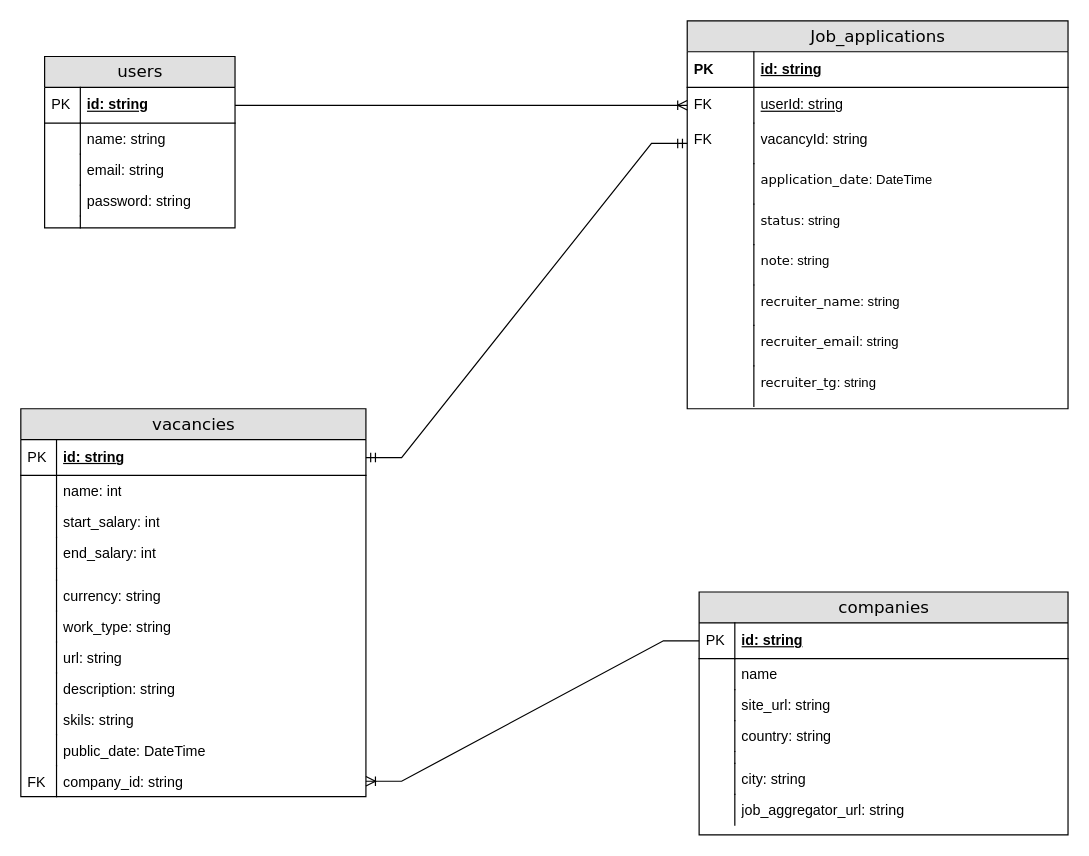
DmitrySychevDev/career-tracker keeps this draw.io diagram as architecture/ERD.drawio. Above is the earlier version. Source tidied: cells renumbered, new cells numbered last; positions are measured from the earlier drawing's top-left corner, leaving out a move shared by most shapes. Both pictures are drawn from the tidied source at 119%, with x=0, y=0 at pixel (20, 20).
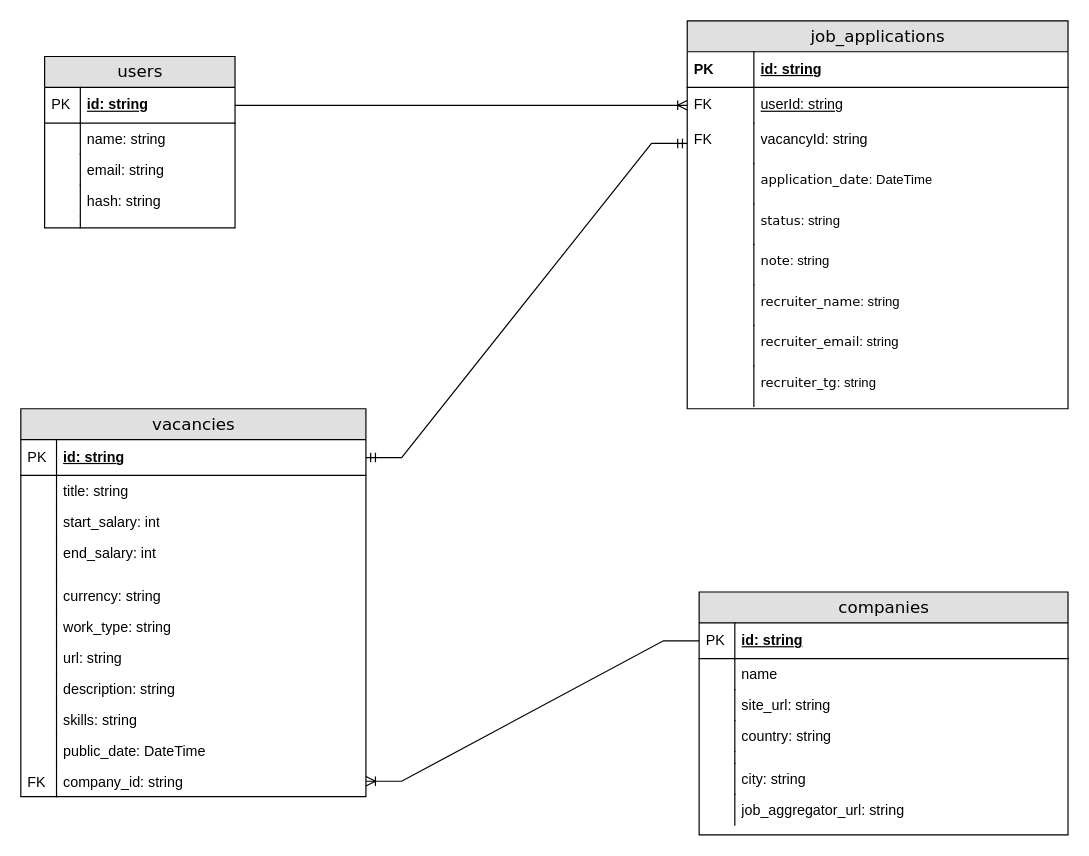
The same diagram, later.

Commit message:
refactor: normalize dm structure

Unchanged cells that the change refers to:
```xml
<mxCell id="21" value="vacancies" style="swimlane;html=1;fontStyle=0;horizontal=1;startSize=26;fillColor=#e0e0e0;swimlaneFillColor=#ffffff;align=center;rounded=0;shadow=0;comic=0;labelBackgroundColor=none;strokeWidth=1;fontFamily=Verdana;fontSize=14;swimlaneLine=1;" parent="1" vertex="1">
  <mxGeometry y="326" width="290" height="326" as="geometry" />
</mxCell>
<mxCell id="61" value="users" style="swimlane;html=1;fontStyle=0;horizontal=1;startSize=26;fillColor=#e0e0e0;swimlaneFillColor=#ffffff;align=center;rounded=0;shadow=0;comic=0;labelBackgroundColor=none;strokeWidth=1;fontFamily=Verdana;fontSize=14;" parent="1" vertex="1">
  <mxGeometry x="20" y="30" width="160" height="144" as="geometry" />
</mxCell>
```

The edit, as a diff of the source:
```diff
@@
-    <mxCell id="2" value="Job_applications" style="swimlane;html=1;fontStyle=0;horizontal=1;startSize=26;fillColor=#e0e0e0;swimlaneFillColor=#ffffff;align=center;rounded=0;shadow=0;comic=0;labelBackgroundColor=none;strokeWidth=1;fontFamily=Verdana;fontSize=14;" parent="1" vertex="1">
+    <mxCell id="2" value="job_applications" style="swimlane;html=1;fontStyle=0;horizontal=1;startSize=26;fillColor=#e0e0e0;swimlaneFillColor=#ffffff;align=center;rounded=0;shadow=0;comic=0;labelBackgroundColor=none;strokeWidth=1;fontFamily=Verdana;fontSize=14;" parent="1" vertex="1">
       <mxGeometry x="560" width="320" height="326" as="geometry" />
     </mxCell>
@@
-    <mxCell id="24" value="name: int" style="shape=partialRectangle;top=0;left=0;right=0;bottom=0;html=1;align=left;verticalAlign=top;fillColor=none;spacingLeft=34;spacingRight=4;whiteSpace=wrap;overflow=hidden;" parent="21" vertex="1">
+    <mxCell id="24" value="title: string" style="shape=partialRectangle;top=0;left=0;right=0;bottom=0;html=1;align=left;verticalAlign=top;fillColor=none;spacingLeft=34;spacingRight=4;whiteSpace=wrap;overflow=hidden;" parent="21" vertex="1">
       <mxGeometry y="56" width="290" height="26" as="geometry" />
     </mxCell>
@@
-    <mxCell id="40" value="skils: string" style="shape=partialRectangle;top=0;left=0;right=0;bottom=0;html=1;align=left;verticalAlign=top;fillColor=none;spacingLeft=34;spacingRight=4;whiteSpace=wrap;overflow=hidden;" parent="21" vertex="1">
+    <mxCell id="40" value="skills: string" style="shape=partialRectangle;top=0;left=0;right=0;bottom=0;html=1;align=left;verticalAlign=top;fillColor=none;spacingLeft=34;spacingRight=4;whiteSpace=wrap;overflow=hidden;" parent="21" vertex="1">
       <mxGeometry y="248" width="290" height="26" as="geometry" />
     </mxCell>
@@
-    <mxCell id="68" value="password: string" style="shape=partialRectangle;top=0;left=0;right=0;bottom=0;html=1;align=left;verticalAlign=top;fillColor=none;spacingLeft=34;spacingRight=4;whiteSpace=wrap;overflow=hidden;" parent="61" vertex="1">
+    <mxCell id="68" value="hash: string" style="shape=partialRectangle;top=0;left=0;right=0;bottom=0;html=1;align=left;verticalAlign=top;fillColor=none;spacingLeft=34;spacingRight=4;whiteSpace=wrap;overflow=hidden;" parent="61" vertex="1">
       <mxGeometry y="108" width="160" height="26" as="geometry" />
     </mxCell>
```
